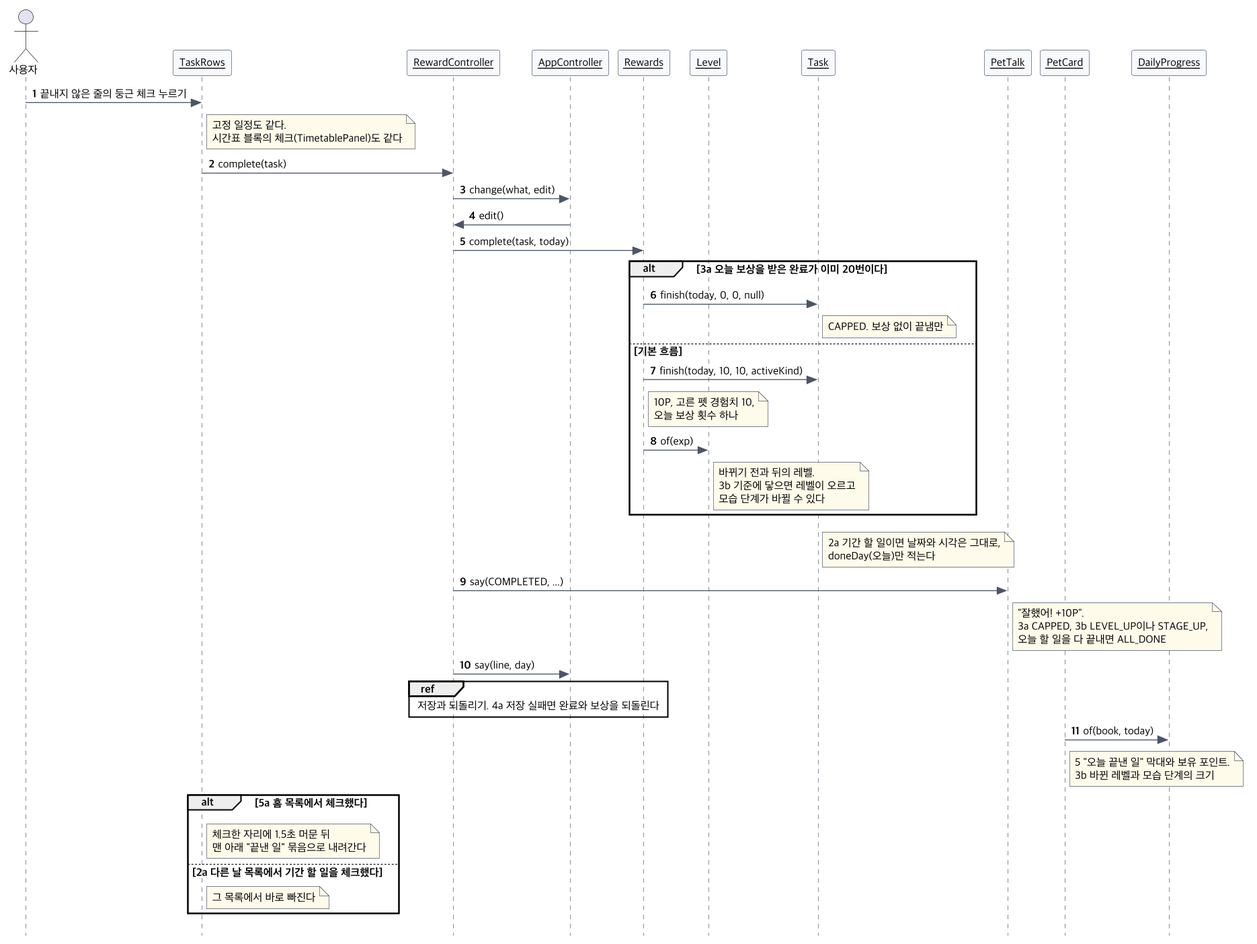
This is docs/diagrams/seq-uc07.png from 2026-2-software-system-design-11/planning-pet-app, a PlantUML export, as it was before one commit. Source of this version:
```plantuml
@startuml seq-uc07
!include seq-common.iuml
actor 사용자
$obj(TaskRows)
$obj(RewardController)
$obj(AppController)
$obj(Rewards)
$obj(Level)
$obj(Task)
$obj(PetTalk)
$obj(PetCard)
$obj(DailyProgress)
사용자 -> TaskRows : 끝내지 않은 줄의 둥근 체크 누르기
note right of TaskRows : 고정 일정도 같다.\n시간표 블록의 체크(TimetablePanel)도 같다
TaskRows -> RewardController : complete(task)
RewardController -> AppController : change(what, edit)
AppController -> RewardController : edit()
RewardController -> Rewards : complete(task, today)
alt 3a 오늘 보상을 받은 완료가 이미 20번이다
  Rewards -> Task : finish(today, 0, 0, null)
  note right of Task : CAPPED. 보상 없이 끝냄만
else 기본 흐름
  Rewards -> Task : finish(today, 10, 10, activeKind)
  note right of Rewards : 10P, 고른 펫 경험치 10,\n오늘 보상 횟수 하나
  Rewards -> Level : of(exp)
  note right of Level : 바뀌기 전과 뒤의 레벨.\n3b 기준에 닿으면 레벨이 오르고\n모습 단계가 바뀔 수 있다
end
note right of Task : 2a 기간 할 일이면 날짜와 시각은 그대로,\ndoneDay(오늘)만 적는다
RewardController -> PetTalk : say(COMPLETED, ...)
note right of PetTalk : "잘했어! +10P".\n3a CAPPED, 3b LEVEL_UP이나 STAGE_UP,\n오늘 할 일을 다 끝내면 ALL_DONE
RewardController -> AppController : say(line, day)
ref over RewardController, Rewards : 저장과 되돌리기. 4a 저장 실패면 완료와 보상을 되돌린다
PetCard -> DailyProgress : of(book, today)
note right of PetCard : 5 "오늘 끝낸 일" 막대와 보유 포인트.\n3b 바뀐 레벨과 모습 단계의 크기
alt 5a 홈 목록에서 체크했다
  note right of TaskRows : 체크한 자리에 1.5초 머문 뒤\n맨 아래 "끝낸 일" 묶음으로 내려간다
else 2a 다른 날 목록에서 기간 할 일을 체크했다
  note right of TaskRows : 그 목록에서 바로 빠진다
end
@enduml
```
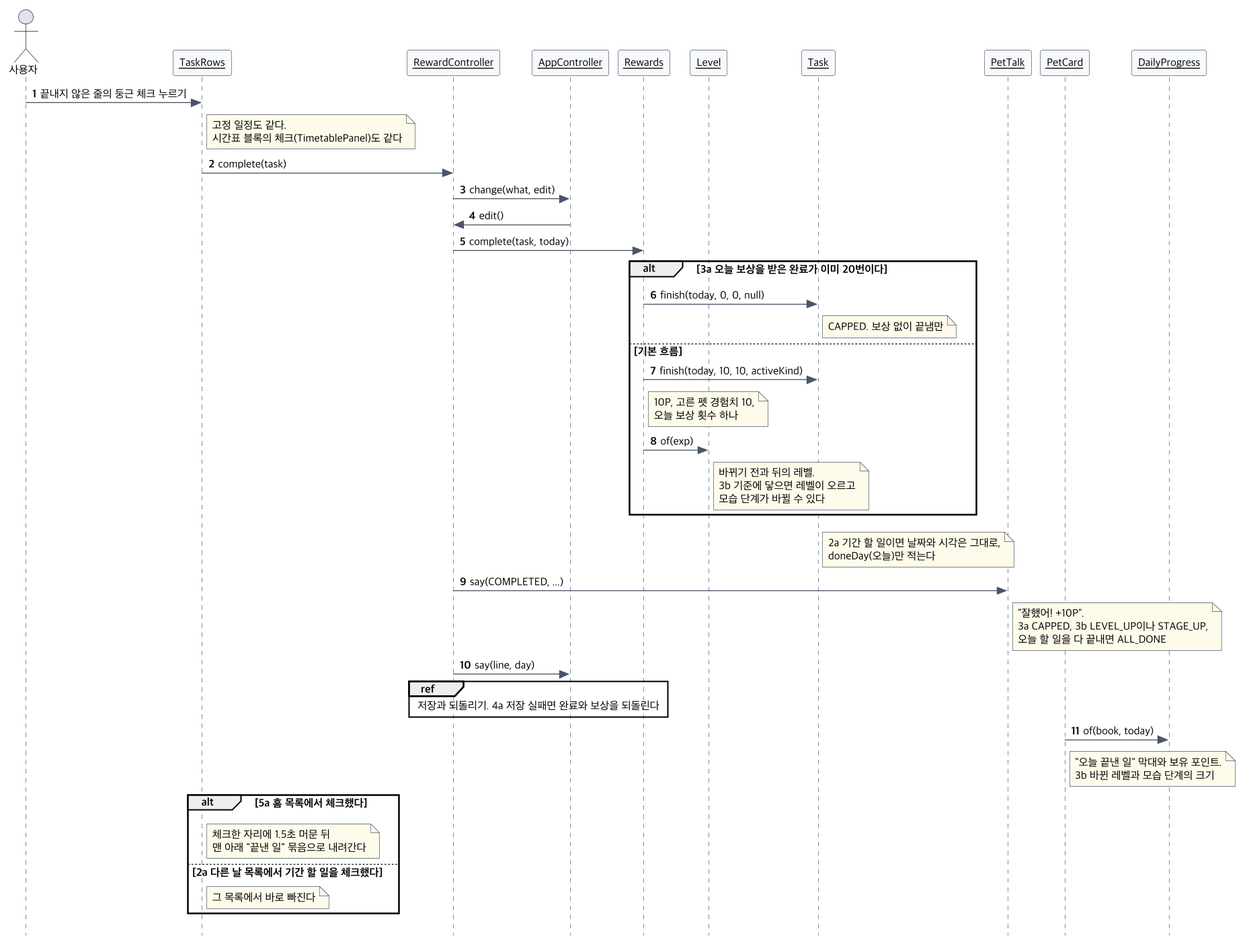
After the commit.

What changed in the source:
```diff
@@ -31,7 +31,7 @@
 RewardController -> AppController : say(line, day)
 ref over RewardController, Rewards : 저장과 되돌리기. 4a 저장 실패면 완료와 보상을 되돌린다
 PetCard -> DailyProgress : of(book, today)
-note right of PetCard : 5 "오늘 끝낸 일" 막대와 보유 포인트.\n3b 바뀐 레벨과 모습 단계의 크기
+note right of PetCard : "오늘 끝낸 일" 막대와 보유 포인트.\n3b 바뀐 레벨과 모습 단계의 크기
 alt 5a 홈 목록에서 체크했다
   note right of TaskRows : 체크한 자리에 1.5초 머문 뒤\n맨 아래 "끝낸 일" 묶음으로 내려간다
 else 2a 다른 날 목록에서 기간 할 일을 체크했다
```
